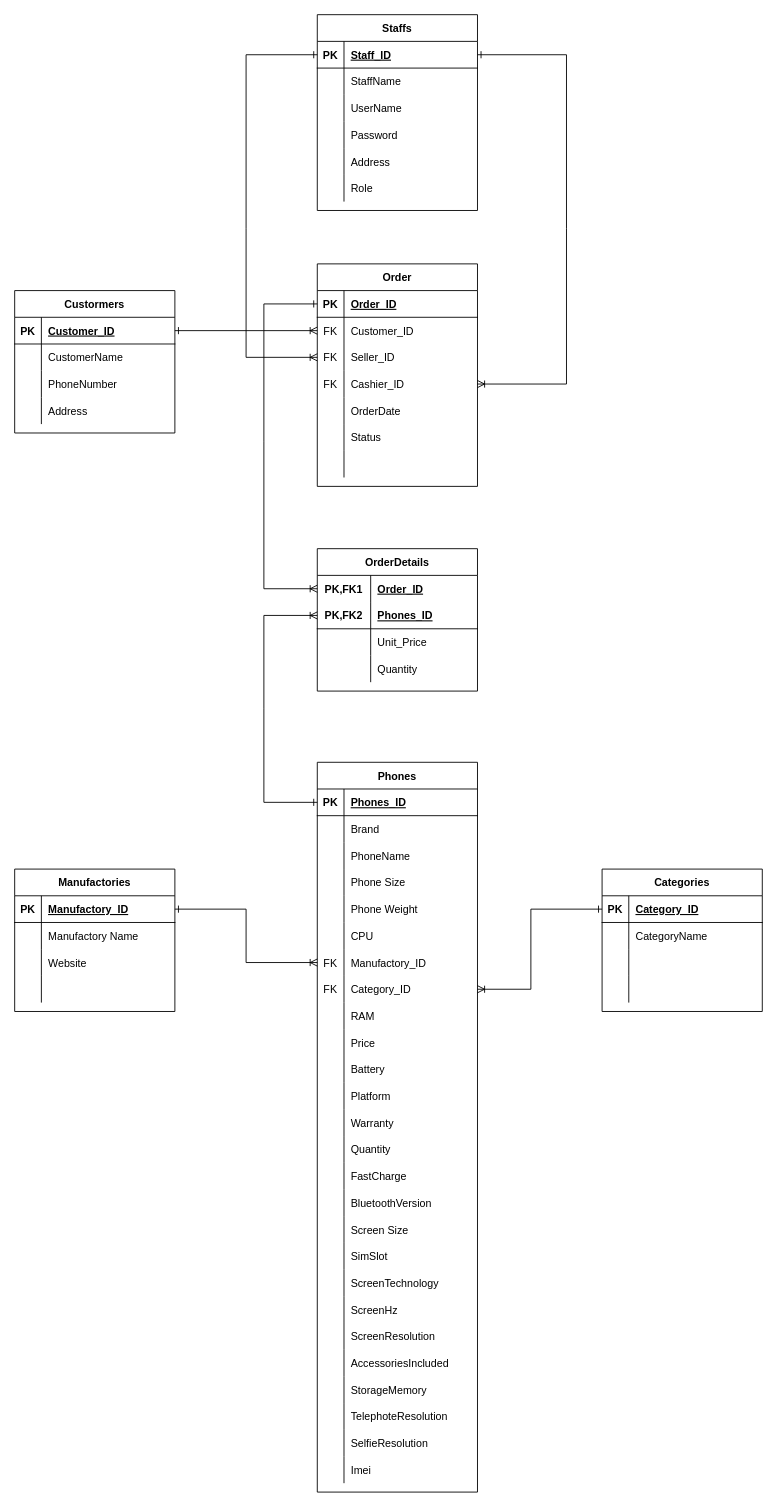
Earlier version of the draw.io diagram page "ER - Diagram" (5 of 5) of Phonestore.drawio (anhdat2001d/Project-1). Source tidied: cells renumbered, new cells numbered last; positions are measured from the earlier drawing's top-left corner, leaving out a move shared by most shapes. Both pictures are drawn from the tidied source at 89%, with x=0, y=0 at pixel (14, 14).
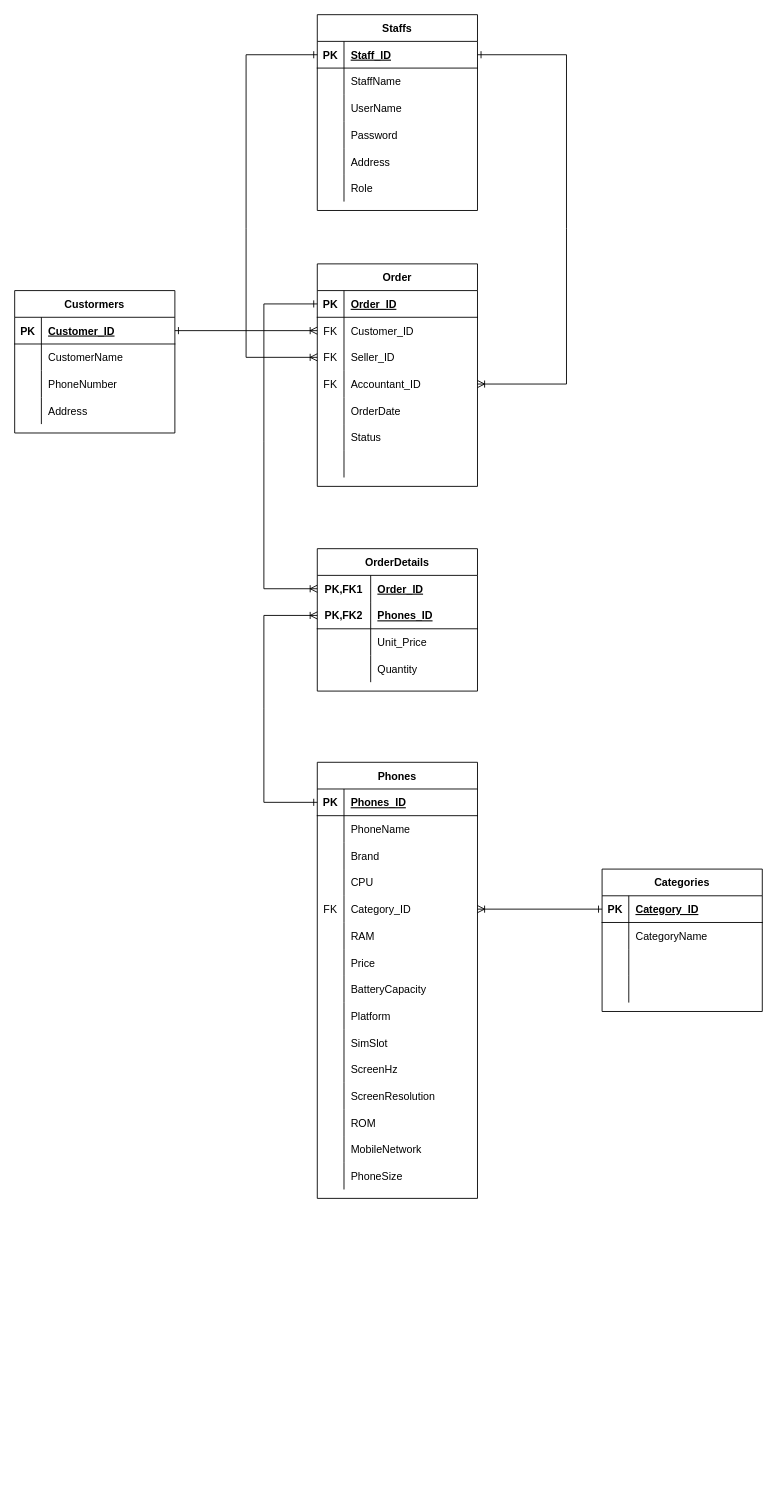
After the change.

Unchanged cells that the change refers to:
```xml
<mxCell id="44" style="shape=tableRow;horizontal=0;startSize=0;swimlaneHead=0;swimlaneBody=0;fillColor=none;points=[[0,0.5],[1,0.5]];portConstraint=eastwest;top=0;left=0;right=0;bottom=0;" parent="34" vertex="1">
  <mxGeometry y="120" width="180" height="30" as="geometry" />
</mxCell>
<mxCell id="149" style="shape=tableRow;horizontal=0;startSize=0;swimlaneHead=0;swimlaneBody=0;fillColor=none;points=[[0,0.5],[1,0.5]];portConstraint=eastwest;top=0;left=0;right=0;bottom=1;" parent="148" vertex="1">
  <mxGeometry y="30" width="180" height="30" as="geometry" />
</mxCell>
```

The edit, as a diff of the source:
```diff
@@
-    <mxCell id="46" value="Cashier_ID" style="shape=partialRectangle;fillColor=none;top=0;left=0;bottom=0;right=0;align=left;spacingLeft=6;overflow=hidden;" parent="44" vertex="1">
+    <mxCell id="46" value="Accountant_ID" style="shape=partialRectangle;fillColor=none;top=0;left=0;bottom=0;right=0;align=left;spacingLeft=6;overflow=hidden;" parent="44" vertex="1">
       <mxGeometry x="30" width="150" height="30" as="geometry" />
     </mxCell>
@@
     <mxCell id="56" value="Phones" style="shape=table;startSize=30;childLayout=tableLayout;rowLines=0;fontStyle=1;align=center;" parent="1" vertex="1">
-      <mxGeometry x="340" y="840" width="180" height="820" as="geometry" />
+      <mxGeometry x="340" y="840" width="180" height="490" as="geometry" />
     </mxCell>
@@
+    <mxCell id="63" style="shape=tableRow;horizontal=0;startSize=0;swimlaneHead=0;swimlaneBody=0;fillColor=none;top=0;left=0;right=0;bottom=0;" parent="56" vertex="1">
+      <mxGeometry y="60" width="180" height="30" as="geometry" />
+    </mxCell>
+    <mxCell id="64" style="shape=partialRectangle;fillColor=none;top=0;left=0;bottom=0;right=0;overflow=hidden;" parent="63" vertex="1">
+      <mxGeometry width="30" height="30" as="geometry" />
+    </mxCell>
+    <mxCell id="65" value="PhoneName" style="shape=partialRectangle;fillColor=none;top=0;left=0;bottom=0;right=0;align=left;spacingLeft=6;overflow=hidden;" parent="63" vertex="1">
+      <mxGeometry x="30" width="150" height="30" as="geometry" />
+    </mxCell>
     <mxCell id="60" style="shape=tableRow;horizontal=0;startSize=0;swimlaneHead=0;swimlaneBody=0;fillColor=none;top=0;left=0;right=0;bottom=0;" parent="56" vertex="1">
-      <mxGeometry y="60" width="180" height="30" as="geometry" />
+      <mxGeometry y="90" width="180" height="30" as="geometry" />
     </mxCell>
@@
-    <mxCell id="63" style="shape=tableRow;horizontal=0;startSize=0;swimlaneHead=0;swimlaneBody=0;fillColor=none;top=0;left=0;right=0;bottom=0;" parent="56" vertex="1">
-      <mxGeometry y="90" width="180" height="30" as="geometry" />
-    </mxCell>
-    <mxCell id="64" style="shape=partialRectangle;fillColor=none;top=0;left=0;bottom=0;right=0;overflow=hidden;" parent="63" vertex="1">
-      <mxGeometry width="30" height="30" as="geometry" />
-    </mxCell>
-    <mxCell id="65" value="PhoneName" style="shape=partialRectangle;fillColor=none;top=0;left=0;bottom=0;right=0;align=left;spacingLeft=6;overflow=hidden;" parent="63" vertex="1">
-      <mxGeometry x="30" width="150" height="30" as="geometry" />
-    </mxCell>
-    <mxCell id="66" style="shape=tableRow;horizontal=0;startSize=0;swimlaneHead=0;swimlaneBody=0;fillColor=none;top=0;left=0;right=0;bottom=0;" parent="56" vertex="1">
-      <mxGeometry y="120" width="180" height="30" as="geometry" />
-    </mxCell>
-    <mxCell id="67" style="shape=partialRectangle;fillColor=none;top=0;left=0;bottom=0;right=0;overflow=hidden;" parent="66" vertex="1">
-      <mxGeometry width="30" height="30" as="geometry" />
-    </mxCell>
-    <mxCell id="68" value="Phone Size" style="shape=partialRectangle;fillColor=none;top=0;left=0;bottom=0;right=0;align=left;spacingLeft=6;overflow=hidden;" parent="66" vertex="1">
-      <mxGeometry x="30" width="150" height="30" as="geometry" />
-    </mxCell>
-    <mxCell id="69" style="shape=tableRow;horizontal=0;startSize=0;swimlaneHead=0;swimlaneBody=0;fillColor=none;top=0;left=0;right=0;bottom=0;" parent="56" vertex="1">
-      <mxGeometry y="150" width="180" height="30" as="geometry" />
-    </mxCell>
-    <mxCell id="70" style="shape=partialRectangle;fillColor=none;top=0;left=0;bottom=0;right=0;overflow=hidden;" parent="69" vertex="1">
-      <mxGeometry width="30" height="30" as="geometry" />
-    </mxCell>
-    <mxCell id="71" value="Phone Weight" style="shape=partialRectangle;fillColor=none;top=0;left=0;bottom=0;right=0;align=left;spacingLeft=6;overflow=hidden;" parent="69" vertex="1">
-      <mxGeometry x="30" width="150" height="30" as="geometry" />
-    </mxCell>
     <mxCell id="72" style="shape=tableRow;horizontal=0;startSize=0;swimlaneHead=0;swimlaneBody=0;fillColor=none;top=0;left=0;right=0;bottom=0;" parent="56" vertex="1">
-      <mxGeometry y="180" width="180" height="30" as="geometry" />
+      <mxGeometry y="120" width="180" height="30" as="geometry" />
     </mxCell>
@@
-    <mxCell id="75" style="shape=tableRow;horizontal=0;startSize=0;swimlaneHead=0;swimlaneBody=0;fillColor=none;points=[[0,0.5],[1,0.5]];portConstraint=eastwest;top=0;left=0;right=0;bottom=0;" parent="56" vertex="1">
-      <mxGeometry y="210" width="180" height="30" as="geometry" />
-    </mxCell>
-    <mxCell id="76" value="FK" style="shape=partialRectangle;fillColor=none;top=0;left=0;bottom=0;right=0;overflow=hidden;" parent="75" vertex="1">
-      <mxGeometry width="30" height="30" as="geometry" />
-    </mxCell>
-    <mxCell id="77" value="Manufactory_ID" style="shape=partialRectangle;fillColor=none;top=0;left=0;bottom=0;right=0;align=left;spacingLeft=6;overflow=hidden;" parent="75" vertex="1">
-      <mxGeometry x="30" width="150" height="30" as="geometry" />
-    </mxCell>
     <mxCell id="78" style="shape=tableRow;horizontal=0;startSize=0;swimlaneHead=0;swimlaneBody=0;fillColor=none;points=[[0,0.5],[1,0.5]];portConstraint=eastwest;top=0;left=0;right=0;bottom=0;" parent="56" vertex="1">
-      <mxGeometry y="240" width="180" height="30" as="geometry" />
+      <mxGeometry y="150" width="180" height="30" as="geometry" />
     </mxCell>
@@
     <mxCell id="81" style="shape=tableRow;horizontal=0;startSize=0;swimlaneHead=0;swimlaneBody=0;fillColor=none;top=0;left=0;right=0;bottom=0;" parent="56" vertex="1">
-      <mxGeometry y="270" width="180" height="30" as="geometry" />
+      <mxGeometry y="180" width="180" height="30" as="geometry" />
     </mxCell>
@@
     <mxCell id="84" style="shape=tableRow;horizontal=0;startSize=0;swimlaneHead=0;swimlaneBody=0;fillColor=none;top=0;left=0;right=0;bottom=0;" parent="56" vertex="1">
-      <mxGeometry y="300" width="180" height="30" as="geometry" />
+      <mxGeometry y="210" width="180" height="30" as="geometry" />
     </mxCell>
@@
     <mxCell id="87" style="shape=tableRow;horizontal=0;startSize=0;swimlaneHead=0;swimlaneBody=0;fillColor=none;top=0;left=0;right=0;bottom=0;" parent="56" vertex="1">
-      <mxGeometry y="330" width="180" height="30" as="geometry" />
+      <mxGeometry y="240" width="180" height="30" as="geometry" />
     </mxCell>
@@
-    <mxCell id="89" value="Battery" style="shape=partialRectangle;fillColor=none;top=0;left=0;bottom=0;right=0;align=left;spacingLeft=6;overflow=hidden;" parent="87" vertex="1">
+    <mxCell id="89" value="BatteryCapacity" style="shape=partialRectangle;fillColor=none;top=0;left=0;bottom=0;right=0;align=left;spacingLeft=6;overflow=hidden;" parent="87" vertex="1">
       <mxGeometry x="30" width="150" height="30" as="geometry" />
     </mxCell>
     <mxCell id="90" style="shape=tableRow;horizontal=0;startSize=0;swimlaneHead=0;swimlaneBody=0;fillColor=none;top=0;left=0;right=0;bottom=0;" parent="56" vertex="1">
-      <mxGeometry y="360" width="180" height="30" as="geometry" />
+      <mxGeometry y="270" width="180" height="30" as="geometry" />
     </mxCell>
@@
-    <mxCell id="93" style="shape=tableRow;horizontal=0;startSize=0;swimlaneHead=0;swimlaneBody=0;fillColor=none;top=0;left=0;right=0;bottom=0;" parent="56" vertex="1">
-      <mxGeometry y="390" width="180" height="30" as="geometry" />
-    </mxCell>
-    <mxCell id="94" style="shape=partialRectangle;fillColor=none;top=0;left=0;bottom=0;right=0;overflow=hidden;" parent="93" vertex="1">
-      <mxGeometry width="30" height="30" as="geometry" />
-    </mxCell>
-    <mxCell id="95" value="Warranty" style="shape=partialRectangle;fillColor=none;top=0;left=0;bottom=0;right=0;align=left;spacingLeft=6;overflow=hidden;" parent="93" vertex="1">
-      <mxGeometry x="30" width="150" height="30" as="geometry" />
-    </mxCell>
-    <mxCell id="96" style="shape=tableRow;horizontal=0;startSize=0;swimlaneHead=0;swimlaneBody=0;fillColor=none;top=0;left=0;right=0;bottom=0;" parent="56" vertex="1">
-      <mxGeometry y="420" width="180" height="30" as="geometry" />
-    </mxCell>
-    <mxCell id="97" style="shape=partialRectangle;fillColor=none;top=0;left=0;bottom=0;right=0;overflow=hidden;" parent="96" vertex="1">
-      <mxGeometry width="30" height="30" as="geometry" />
-    </mxCell>
-    <mxCell id="98" value="Quantity" style="shape=partialRectangle;fillColor=none;top=0;left=0;bottom=0;right=0;align=left;spacingLeft=6;overflow=hidden;" parent="96" vertex="1">
-      <mxGeometry x="30" width="150" height="30" as="geometry" />
-    </mxCell>
-    <mxCell id="99" style="shape=tableRow;horizontal=0;startSize=0;swimlaneHead=0;swimlaneBody=0;fillColor=none;top=0;left=0;right=0;bottom=0;" parent="56" vertex="1">
-      <mxGeometry y="450" width="180" height="30" as="geometry" />
-    </mxCell>
-    <mxCell id="100" style="shape=partialRectangle;fillColor=none;top=0;left=0;bottom=0;right=0;overflow=hidden;" parent="99" vertex="1">
-      <mxGeometry width="30" height="30" as="geometry" />
-    </mxCell>
-    <mxCell id="101" value="FastCharge" style="shape=partialRectangle;fillColor=none;top=0;left=0;bottom=0;right=0;align=left;spacingLeft=6;overflow=hidden;" parent="99" vertex="1">
-      <mxGeometry x="30" width="150" height="30" as="geometry" />
-    </mxCell>
-    <mxCell id="102" style="shape=tableRow;horizontal=0;startSize=0;swimlaneHead=0;swimlaneBody=0;fillColor=none;top=0;left=0;right=0;bottom=0;" parent="56" vertex="1">
-      <mxGeometry y="480" width="180" height="30" as="geometry" />
-    </mxCell>
-    <mxCell id="103" style="shape=partialRectangle;fillColor=none;top=0;left=0;bottom=0;right=0;overflow=hidden;" parent="102" vertex="1">
-      <mxGeometry width="30" height="30" as="geometry" />
-    </mxCell>
-    <mxCell id="104" value="BluetoothVersion" style="shape=partialRectangle;fillColor=none;top=0;left=0;bottom=0;right=0;align=left;spacingLeft=6;overflow=hidden;" parent="102" vertex="1">
-      <mxGeometry x="30" width="150" height="30" as="geometry" />
-    </mxCell>
-    <mxCell id="105" style="shape=tableRow;horizontal=0;startSize=0;swimlaneHead=0;swimlaneBody=0;fillColor=none;top=0;left=0;right=0;bottom=0;" parent="56" vertex="1">
-      <mxGeometry y="510" width="180" height="30" as="geometry" />
-    </mxCell>
-    <mxCell id="106" style="shape=partialRectangle;fillColor=none;top=0;left=0;bottom=0;right=0;overflow=hidden;" parent="105" vertex="1">
-      <mxGeometry width="30" height="30" as="geometry" />
-    </mxCell>
-    <mxCell id="107" value="Screen Size" style="shape=partialRectangle;fillColor=none;top=0;left=0;bottom=0;right=0;align=left;spacingLeft=6;overflow=hidden;" parent="105" vertex="1">
-      <mxGeometry x="30" width="150" height="30" as="geometry" />
-    </mxCell>
     <mxCell id="108" style="shape=tableRow;horizontal=0;startSize=0;swimlaneHead=0;swimlaneBody=0;fillColor=none;top=0;left=0;right=0;bottom=0;" parent="56" vertex="1">
-      <mxGeometry y="540" width="180" height="30" as="geometry" />
+      <mxGeometry y="300" width="180" height="30" as="geometry" />
     </mxCell>
@@
-    <mxCell id="111" style="shape=tableRow;horizontal=0;startSize=0;swimlaneHead=0;swimlaneBody=0;fillColor=none;top=0;left=0;right=0;bottom=0;" parent="56" vertex="1">
-      <mxGeometry y="570" width="180" height="30" as="geometry" />
-    </mxCell>
-    <mxCell id="112" style="shape=partialRectangle;fillColor=none;top=0;left=0;bottom=0;right=0;overflow=hidden;" parent="111" vertex="1">
-      <mxGeometry width="30" height="30" as="geometry" />
-    </mxCell>
-    <mxCell id="113" value="ScreenTechnology" style="shape=partialRectangle;fillColor=none;top=0;left=0;bottom=0;right=0;align=left;spacingLeft=6;overflow=hidden;" parent="111" vertex="1">
-      <mxGeometry x="30" width="150" height="30" as="geometry" />
-    </mxCell>
     <mxCell id="114" style="shape=tableRow;horizontal=0;startSize=0;swimlaneHead=0;swimlaneBody=0;fillColor=none;top=0;left=0;right=0;bottom=0;" parent="56" vertex="1">
-      <mxGeometry y="600" width="180" height="30" as="geometry" />
+      <mxGeometry y="330" width="180" height="30" as="geometry" />
     </mxCell>
@@
     <mxCell id="117" style="shape=tableRow;horizontal=0;startSize=0;swimlaneHead=0;swimlaneBody=0;fillColor=none;top=0;left=0;right=0;bottom=0;" parent="56" vertex="1">
-      <mxGeometry y="630" width="180" height="30" as="geometry" />
+      <mxGeometry y="360" width="180" height="30" as="geometry" />
     </mxCell>
@@
-    <mxCell id="120" style="shape=tableRow;horizontal=0;startSize=0;swimlaneHead=0;swimlaneBody=0;fillColor=none;top=0;left=0;right=0;bottom=0;" parent="56" vertex="1">
-      <mxGeometry y="660" width="180" height="30" as="geometry" />
-    </mxCell>
-    <mxCell id="121" style="shape=partialRectangle;fillColor=none;top=0;left=0;bottom=0;right=0;overflow=hidden;" parent="120" vertex="1">
-      <mxGeometry width="30" height="30" as="geometry" />
-    </mxCell>
-    <mxCell id="122" value="AccessoriesIncluded" style="shape=partialRectangle;fillColor=none;top=0;left=0;bottom=0;right=0;align=left;spacingLeft=6;overflow=hidden;" parent="120" vertex="1">
-      <mxGeometry x="30" width="150" height="30" as="geometry" />
-    </mxCell>
-    <mxCell id="123" style="shape=tableRow;horizontal=0;startSize=0;swimlaneHead=0;swimlaneBody=0;fillColor=none;top=0;left=0;right=0;bottom=0;" parent="56" vertex="1">
-      <mxGeometry y="690" width="180" height="30" as="geometry" />
-    </mxCell>
-    <mxCell id="124" style="shape=partialRectangle;fillColor=none;top=0;left=0;bottom=0;right=0;overflow=hidden;" parent="123" vertex="1">
-      <mxGeometry width="30" height="30" as="geometry" />
-    </mxCell>
-    <mxCell id="125" value="StorageMemory" style="shape=partialRectangle;fillColor=none;top=0;left=0;bottom=0;right=0;align=left;spacingLeft=6;overflow=hidden;" parent="123" vertex="1">
-      <mxGeometry x="30" width="150" height="30" as="geometry" />
-    </mxCell>
-    <mxCell id="126" style="shape=tableRow;horizontal=0;startSize=0;swimlaneHead=0;swimlaneBody=0;fillColor=none;top=0;left=0;right=0;bottom=0;" parent="56" vertex="1">
-      <mxGeometry y="720" width="180" height="30" as="geometry" />
-    </mxCell>
-    <mxCell id="127" style="shape=partialRectangle;fillColor=none;top=0;left=0;bottom=0;right=0;overflow=hidden;" parent="126" vertex="1">
-      <mxGeometry width="30" height="30" as="geometry" />
-    </mxCell>
-    <mxCell id="128" value="TelephoteResolution" style="shape=partialRectangle;fillColor=none;top=0;left=0;bottom=0;right=0;align=left;spacingLeft=6;overflow=hidden;" parent="126" vertex="1">
-      <mxGeometry x="30" width="150" height="30" as="geometry" />
-    </mxCell>
-    <mxCell id="129" style="shape=tableRow;horizontal=0;startSize=0;swimlaneHead=0;swimlaneBody=0;fillColor=none;top=0;left=0;right=0;bottom=0;" parent="56" vertex="1">
-      <mxGeometry y="750" width="180" height="30" as="geometry" />
-    </mxCell>
-    <mxCell id="130" style="shape=partialRectangle;fillColor=none;top=0;left=0;bottom=0;right=0;overflow=hidden;" parent="129" vertex="1">
-      <mxGeometry width="30" height="30" as="geometry" />
-    </mxCell>
-    <mxCell id="131" value="SelfieResolution" style="shape=partialRectangle;fillColor=none;top=0;left=0;bottom=0;right=0;align=left;spacingLeft=6;overflow=hidden;" parent="129" vertex="1">
-      <mxGeometry x="30" width="150" height="30" as="geometry" />
-    </mxCell>
     <mxCell id="132" style="shape=tableRow;horizontal=0;startSize=0;swimlaneHead=0;swimlaneBody=0;fillColor=none;top=0;left=0;right=0;bottom=0;" parent="56" vertex="1">
-      <mxGeometry y="780" width="180" height="30" as="geometry" />
+      <mxGeometry y="390" width="180" height="30" as="geometry" />
     </mxCell>
@@
-    <mxCell id="134" value="Imei" style="shape=partialRectangle;fillColor=none;top=0;left=0;bottom=0;right=0;align=left;spacingLeft=6;overflow=hidden;" parent="132" vertex="1">
+    <mxCell id="134" value="ROM" style="shape=partialRectangle;fillColor=none;top=0;left=0;bottom=0;right=0;align=left;spacingLeft=6;overflow=hidden;" parent="132" vertex="1">
       <mxGeometry x="30" width="150" height="30" as="geometry" />
     </mxCell>
-    <mxCell id="135" value="Manufactories" style="shape=table;startSize=30;childLayout=tableLayout;rowLines=0;fontStyle=1;align=center;" parent="1" vertex="1">
-      <mxGeometry y="960" width="180" height="160" as="geometry" />
-    </mxCell>
-    <mxCell id="136" style="shape=tableRow;horizontal=0;startSize=0;swimlaneHead=0;swimlaneBody=0;fillColor=none;points=[[0,0.5],[1,0.5]];portConstraint=eastwest;top=0;left=0;right=0;bottom=1;" parent="135" vertex="1">
-      <mxGeometry y="30" width="180" height="30" as="geometry" />
-    </mxCell>
-    <mxCell id="137" value="PK" style="shape=partialRectangle;fillColor=none;top=0;left=0;bottom=0;right=0;fontStyle=1;overflow=hidden;" parent="136" vertex="1">
-      <mxGeometry width="30" height="30" as="geometry" />
-    </mxCell>
-    <mxCell id="138" value="Manufactory_ID" style="shape=partialRectangle;fillColor=none;top=0;left=0;bottom=0;right=0;align=left;spacingLeft=6;fontStyle=5;overflow=hidden;" parent="136" vertex="1">
-      <mxGeometry x="30" width="150" height="30" as="geometry" />
-    </mxCell>
-    <mxCell id="139" style="shape=tableRow;horizontal=0;startSize=0;swimlaneHead=0;swimlaneBody=0;fillColor=none;top=0;left=0;right=0;bottom=0;" parent="135" vertex="1">
-      <mxGeometry y="60" width="180" height="30" as="geometry" />
-    </mxCell>
-    <mxCell id="140" style="shape=partialRectangle;fillColor=none;top=0;left=0;bottom=0;right=0;overflow=hidden;" parent="139" vertex="1">
-      <mxGeometry width="30" height="30" as="geometry" />
-    </mxCell>
-    <mxCell id="141" value="Manufactory Name" style="shape=partialRectangle;fillColor=none;top=0;left=0;bottom=0;right=0;align=left;spacingLeft=6;overflow=hidden;" parent="139" vertex="1">
-      <mxGeometry x="30" width="150" height="30" as="geometry" />
-    </mxCell>
-    <mxCell id="142" style="shape=tableRow;horizontal=0;startSize=0;swimlaneHead=0;swimlaneBody=0;fillColor=none;top=0;left=0;right=0;bottom=0;" parent="135" vertex="1">
-      <mxGeometry y="90" width="180" height="30" as="geometry" />
-    </mxCell>
-    <mxCell id="143" style="shape=partialRectangle;fillColor=none;top=0;left=0;bottom=0;right=0;overflow=hidden;" parent="142" vertex="1">
-      <mxGeometry width="30" height="30" as="geometry" />
-    </mxCell>
-    <mxCell id="144" value="Website" style="shape=partialRectangle;fillColor=none;top=0;left=0;bottom=0;right=0;align=left;spacingLeft=6;overflow=hidden;" parent="142" vertex="1">
-      <mxGeometry x="30" width="150" height="30" as="geometry" />
-    </mxCell>
-    <mxCell id="145" style="shape=tableRow;horizontal=0;startSize=0;swimlaneHead=0;swimlaneBody=0;fillColor=none;top=0;left=0;right=0;bottom=0;" parent="135" vertex="1">
-      <mxGeometry y="120" width="180" height="30" as="geometry" />
-    </mxCell>
-    <mxCell id="146" style="shape=partialRectangle;fillColor=none;top=0;left=0;bottom=0;right=0;overflow=hidden;" parent="145" vertex="1">
-      <mxGeometry width="30" height="30" as="geometry" />
-    </mxCell>
-    <mxCell id="147" style="shape=partialRectangle;fillColor=none;top=0;left=0;bottom=0;right=0;align=left;spacingLeft=6;overflow=hidden;" parent="145" vertex="1">
-      <mxGeometry x="30" width="150" height="30" as="geometry" />
-    </mxCell>
+    <mxCell id="96" style="shape=tableRow;horizontal=0;startSize=0;swimlaneHead=0;swimlaneBody=0;fillColor=none;top=0;left=0;right=0;bottom=0;" parent="56" vertex="1">
+      <mxGeometry y="420" width="180" height="30" as="geometry" />
+    </mxCell>
+    <mxCell id="181" style="shape=partialRectangle;fillColor=none;top=0;left=0;bottom=0;right=0;overflow=hidden;" parent="96" vertex="1">
+      <mxGeometry width="30" height="30" as="geometry" />
+    </mxCell>
+    <mxCell id="182" value="MobileNetwork" style="shape=partialRectangle;fillColor=none;top=0;left=0;bottom=0;right=0;align=left;spacingLeft=6;overflow=hidden;" parent="96" vertex="1">
+      <mxGeometry x="30" width="150" height="30" as="geometry" />
+    </mxCell>
+    <mxCell id="99" style="shape=tableRow;horizontal=0;startSize=0;swimlaneHead=0;swimlaneBody=0;fillColor=none;top=0;left=0;right=0;bottom=0;" parent="56" vertex="1">
+      <mxGeometry y="450" width="180" height="30" as="geometry" />
+    </mxCell>
+    <mxCell id="183" style="shape=partialRectangle;fillColor=none;top=0;left=0;bottom=0;right=0;overflow=hidden;" parent="99" vertex="1">
+      <mxGeometry width="30" height="30" as="geometry" />
+    </mxCell>
+    <mxCell id="184" value="PhoneSize" style="shape=partialRectangle;fillColor=none;top=0;left=0;bottom=0;right=0;align=left;spacingLeft=6;overflow=hidden;" parent="99" vertex="1">
+      <mxGeometry x="30" width="150" height="30" as="geometry" />
+    </mxCell>
@@
-    <mxCell id="179" style="endArrow=ERoneToMany;html=1;rounded=0;exitX=1;exitY=0.5;exitDx=0;exitDy=0;entryX=0;entryY=0.5;entryDx=0;entryDy=0;startArrow=ERone;startFill=0;endFill=0;" parent="1" edge="1" source="136" target="75">
-      <mxGeometry relative="1" as="geometry">
-        <Array as="points">
-          <mxPoint x="260" y="1005" />
-          <mxPoint x="260" y="1065" />
-        </Array>
-      </mxGeometry>
-    </mxCell>
     <mxCell id="180" style="endArrow=ERone;html=1;rounded=0;entryX=0;entryY=0.5;entryDx=0;entryDy=0;exitX=1;exitY=0.5;exitDx=0;exitDy=0;endFill=0;startArrow=ERoneToMany;startFill=0;" parent="1" edge="1" source="78" target="149">
-      <mxGeometry relative="1" as="geometry">
-        <Array as="points">
-          <mxPoint x="580" y="1095" />
-          <mxPoint x="580" y="1005" />
-        </Array>
-      </mxGeometry>
+      <mxGeometry relative="1" as="geometry" />
     </mxCell>
+    <mxCell id="185" style="shape=tableRow;horizontal=0;startSize=0;swimlaneHead=0;swimlaneBody=0;fillColor=none;top=0;left=0;right=0;bottom=0;" parent="1" vertex="1">
+      <mxGeometry x="350" y="940" width="180" height="30" as="geometry" />
+    </mxCell>
+    <mxCell id="186" style="shape=partialRectangle;fillColor=none;top=0;left=0;bottom=0;right=0;overflow=hidden;" parent="185" vertex="1">
+      <mxGeometry width="30" height="30" as="geometry" />
+    </mxCell>
```
